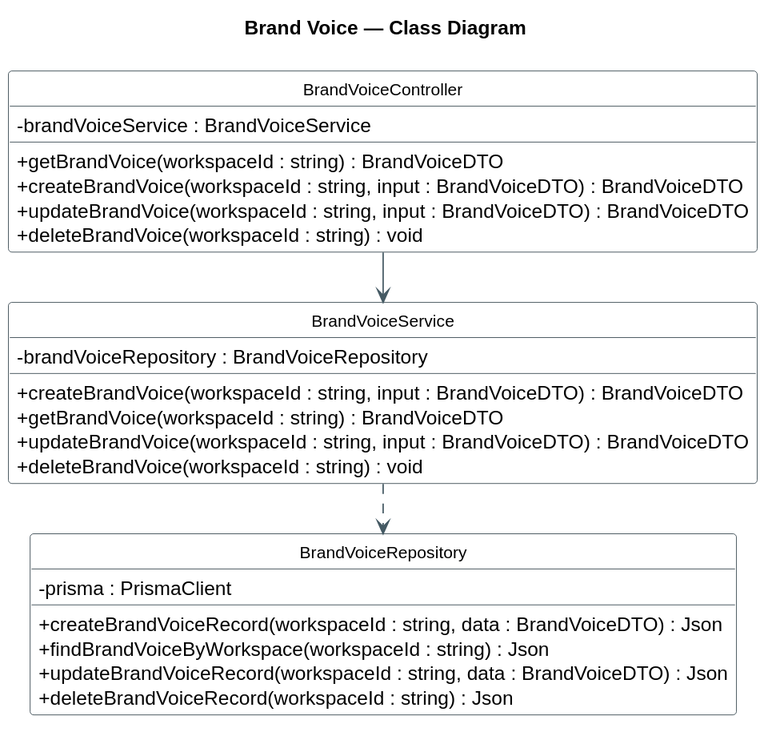
This is docs/diagrams/03-brandvoice.svg from Pham-Hong-Ky/marka-capstone, a PlantUML export, as it was before one commit.
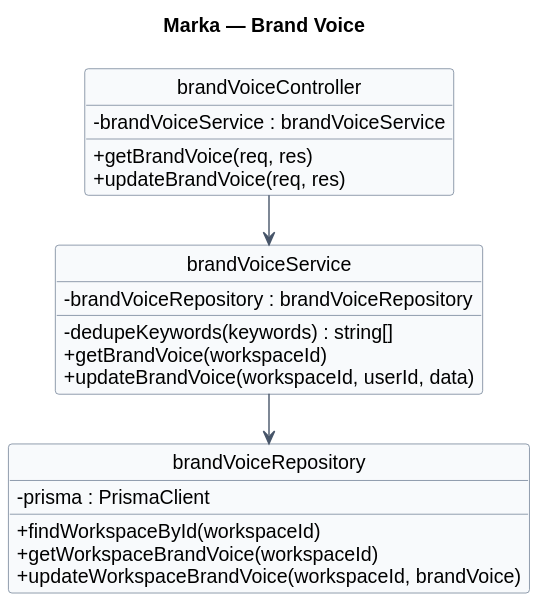
Above is the later version.

Diff of the diagram source:
```diff
@@ -1,41 +1,41 @@
 @startuml
+hide circle
+hide stereotype
 !pragma layout smetana
-!pragma layout smetana
-skinparam dpi 120
+title Marka — Brand Voice
+
+skinparam classAttributeIconSize 0
+skinparam linetype ortho
 skinparam shadowing false
-skinparam classAttributeIconSize 0
-skinparam packageStyle rectangle
+skinparam defaultFontName Arial
+skinparam nodesep 30
+skinparam ranksep 50
 skinparam class {
-  BackgroundColor #FFFFFF
-  BorderColor #37474F
-  ArrowColor #455A64
-  FontSize 12
-}
-hide circle
-title Brand Voice — Class Diagram
-
-class BrandVoiceController {
-  - brandVoiceService : BrandVoiceService
-  + getBrandVoice(workspaceId : string) : BrandVoiceDTO
-  + createBrandVoice(workspaceId : string, input : BrandVoiceDTO) : BrandVoiceDTO
-  + updateBrandVoice(workspaceId : string, input : BrandVoiceDTO) : BrandVoiceDTO
-  + deleteBrandVoice(workspaceId : string) : void
-}
-class BrandVoiceService {
-  - brandVoiceRepository : BrandVoiceRepository
-  + createBrandVoice(workspaceId : string, input : BrandVoiceDTO) : BrandVoiceDTO
-  + getBrandVoice(workspaceId : string) : BrandVoiceDTO
-  + updateBrandVoice(workspaceId : string, input : BrandVoiceDTO) : BrandVoiceDTO
-  + deleteBrandVoice(workspaceId : string) : void
-}
-class BrandVoiceRepository {
-  - prisma : PrismaClient
-  + createBrandVoiceRecord(workspaceId : string, data : BrandVoiceDTO) : Json
-  + findBrandVoiceByWorkspace(workspaceId : string) : Json
-  + updateBrandVoiceRecord(workspaceId : string, data : BrandVoiceDTO) : Json
-  + deleteBrandVoiceRecord(workspaceId : string) : Json
+  BackgroundColor #F8FAFC
+  BorderColor #64748B
+  ArrowColor #475569
 }
 
-BrandVoiceController --> BrandVoiceService
-BrandVoiceService ..> BrandVoiceRepository
+class "brandVoiceController" as brandVoiceController {
+  - brandVoiceService : brandVoiceService
+  + getBrandVoice(req, res)
+  + updateBrandVoice(req, res)
+}
+
+class "brandVoiceService" as brandVoiceService {
+  - brandVoiceRepository : brandVoiceRepository
+  - dedupeKeywords(keywords) : string[]
+  + getBrandVoice(workspaceId)
+  + updateBrandVoice(workspaceId, userId, data)
+}
+
+class "brandVoiceRepository" as brandVoiceRepository {
+  - prisma : PrismaClient
+  + findWorkspaceById(workspaceId)
+  + getWorkspaceBrandVoice(workspaceId)
+  + updateWorkspaceBrandVoice(workspaceId, brandVoice)
+}
+
+brandVoiceController --> brandVoiceService
+brandVoiceService --> brandVoiceRepository
 @enduml
```
